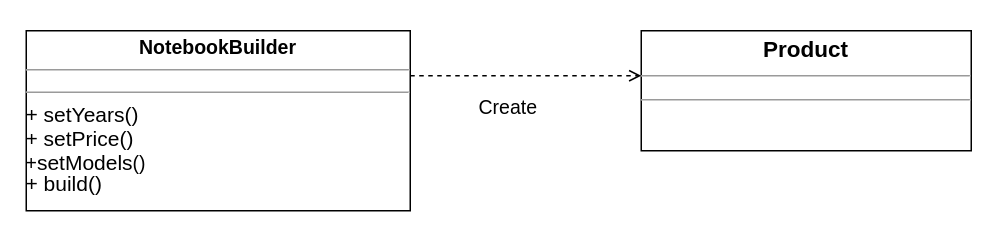
The draw.io diagram creational/constructor/builder.drawio in MaksShadows/Patterns, before the edit. Source tidied: cells renumbered, new cells numbered last; positions are measured from the earlier drawing's top-left corner, leaving out a move shared by most shapes. Both pictures are drawn from the tidied source at 150%, with x=0, y=0 at pixel (26, 30).
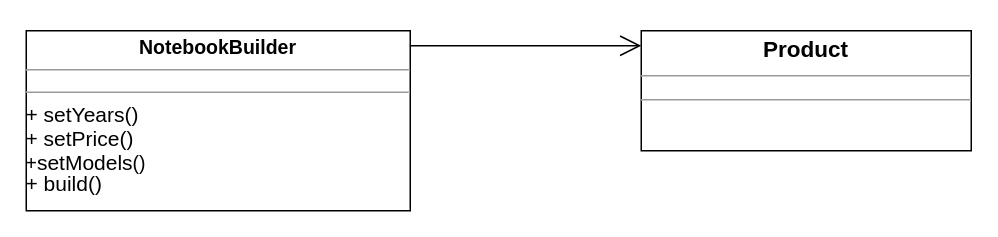
Above is the later version.

The edit, as a diff of the source:
```diff
@@
 <mxGraphModel>
   <root>
     <mxCell id="0" />
     <mxCell id="1" parent="0" />
     <mxCell id="2" value="&lt;p style=&quot;margin: 4px 0px 0px ; text-align: center ; font-size: 15px&quot;&gt;&lt;b&gt;&lt;font style=&quot;font-size: 15px&quot;&gt;Product&lt;/font&gt;&lt;/b&gt;&lt;/p&gt;&lt;hr size=&quot;1&quot; style=&quot;font-size: 15px&quot;&gt;&lt;div style=&quot;height: 2px&quot;&gt;&lt;/div&gt;&lt;hr size=&quot;1&quot;&gt;&lt;div style=&quot;height: 2px&quot;&gt;&lt;/div&gt;" style="verticalAlign=top;align=left;overflow=fill;fontSize=12;fontFamily=Helvetica;html=1;" parent="1" vertex="1">
       <mxGeometry x="410" width="220" height="80" as="geometry" />
     </mxCell>
     <mxCell id="3" value="&lt;p style=&quot;margin: 0px ; margin-top: 4px ; text-align: center&quot;&gt;&lt;span style=&quot;font-size: 13px ; font-weight: 700&quot;&gt;NotebookBuilder&lt;/span&gt;&lt;br&gt;&lt;/p&gt;&lt;hr size=&quot;1&quot;&gt;&lt;div style=&quot;height: 2px&quot;&gt;&lt;/div&gt;&lt;hr size=&quot;1&quot;&gt;&lt;div style=&quot;height: 2px ; font-size: 14px&quot;&gt;&lt;font style=&quot;font-size: 14px&quot;&gt;+ setYears()&lt;/font&gt;&lt;/div&gt;&lt;div style=&quot;height: 2px ; font-size: 14px&quot;&gt;&lt;br&gt;&lt;/div&gt;&lt;div style=&quot;height: 2px&quot;&gt;&lt;br&gt;&lt;/div&gt;&lt;div style=&quot;height: 2px&quot;&gt;&lt;br&gt;&lt;/div&gt;&lt;div style=&quot;height: 2px&quot;&gt;&lt;br&gt;&lt;/div&gt;&lt;div style=&quot;height: 2px&quot;&gt;&lt;br&gt;&lt;/div&gt;&lt;div style=&quot;height: 2px&quot;&gt;&lt;br&gt;&lt;/div&gt;&lt;div style=&quot;height: 2px&quot;&gt;&lt;br&gt;&lt;/div&gt;&lt;div style=&quot;height: 2px ; font-size: 14px&quot;&gt;&lt;font style=&quot;font-size: 14px&quot;&gt;+ setPrice()&lt;/font&gt;&lt;/div&gt;&lt;div style=&quot;height: 2px ; font-size: 14px&quot;&gt;&lt;br&gt;&lt;/div&gt;&lt;div style=&quot;height: 2px&quot;&gt;&lt;br&gt;&lt;/div&gt;&lt;div style=&quot;height: 2px&quot;&gt;&lt;br&gt;&lt;/div&gt;&lt;div style=&quot;height: 2px&quot;&gt;&lt;br&gt;&lt;/div&gt;&lt;div style=&quot;height: 2px&quot;&gt;&lt;br&gt;&lt;/div&gt;&lt;div style=&quot;height: 2px&quot;&gt;&lt;br&gt;&lt;/div&gt;&lt;div style=&quot;height: 2px&quot;&gt;&lt;br&gt;&lt;/div&gt;&lt;div style=&quot;height: 2px&quot;&gt;&lt;span style=&quot;font-size: 13px&quot;&gt;+&lt;/span&gt;&lt;font style=&quot;font-size: 14px&quot;&gt;setModels&lt;/font&gt;&lt;span style=&quot;font-size: 13px&quot;&gt;()&lt;/span&gt;&lt;/div&gt;&lt;div style=&quot;height: 2px&quot;&gt;&lt;br&gt;&lt;/div&gt;&lt;div style=&quot;height: 2px&quot;&gt;&lt;br&gt;&lt;/div&gt;&lt;div style=&quot;height: 2px&quot;&gt;&lt;br&gt;&lt;/div&gt;&lt;div style=&quot;height: 2px&quot;&gt;&lt;br&gt;&lt;/div&gt;&lt;div style=&quot;height: 2px&quot;&gt;&lt;br&gt;&lt;/div&gt;&lt;div style=&quot;height: 2px&quot;&gt;&lt;br&gt;&lt;/div&gt;&lt;div style=&quot;height: 2px&quot;&gt;&lt;font style=&quot;font-size: 14px&quot;&gt;+ build()&lt;/font&gt;&lt;/div&gt;" style="verticalAlign=top;align=left;overflow=fill;fontSize=12;fontFamily=Helvetica;html=1;" parent="1" vertex="1">
       <mxGeometry width="256" height="120" as="geometry" />
     </mxCell>
-    <mxCell id="4" style="html=1;verticalAlign=bottom;labelBackgroundColor=none;endArrow=open;endFill=0;dashed=1;" parent="1" edge="1">
-      <mxGeometry relative="1" as="geometry">
-        <mxPoint x="256" y="30" as="sourcePoint" />
-        <mxPoint x="410" y="30" as="targetPoint" />
-      </mxGeometry>
-    </mxCell>
-    <mxCell id="5" value="&lt;font style=&quot;font-size: 13px&quot;&gt;Create&lt;/font&gt;" style="edgeLabel;html=1;align=center;verticalAlign=middle;" parent="4" vertex="1">
-      <mxGeometry x="-0.17" relative="1" as="geometry">
-        <mxPoint y="20" as="offset" />
+    <mxCell id="5" style="endArrow=open;endFill=1;endSize=12;html=1;" parent="1" edge="1">
+      <mxGeometry relative="1" as="geometry">
+        <mxPoint x="256" y="10" as="sourcePoint" />
+        <mxPoint x="410" y="10" as="targetPoint" />
       </mxGeometry>
     </mxCell>
   </root>
 </mxGraphModel>
```
